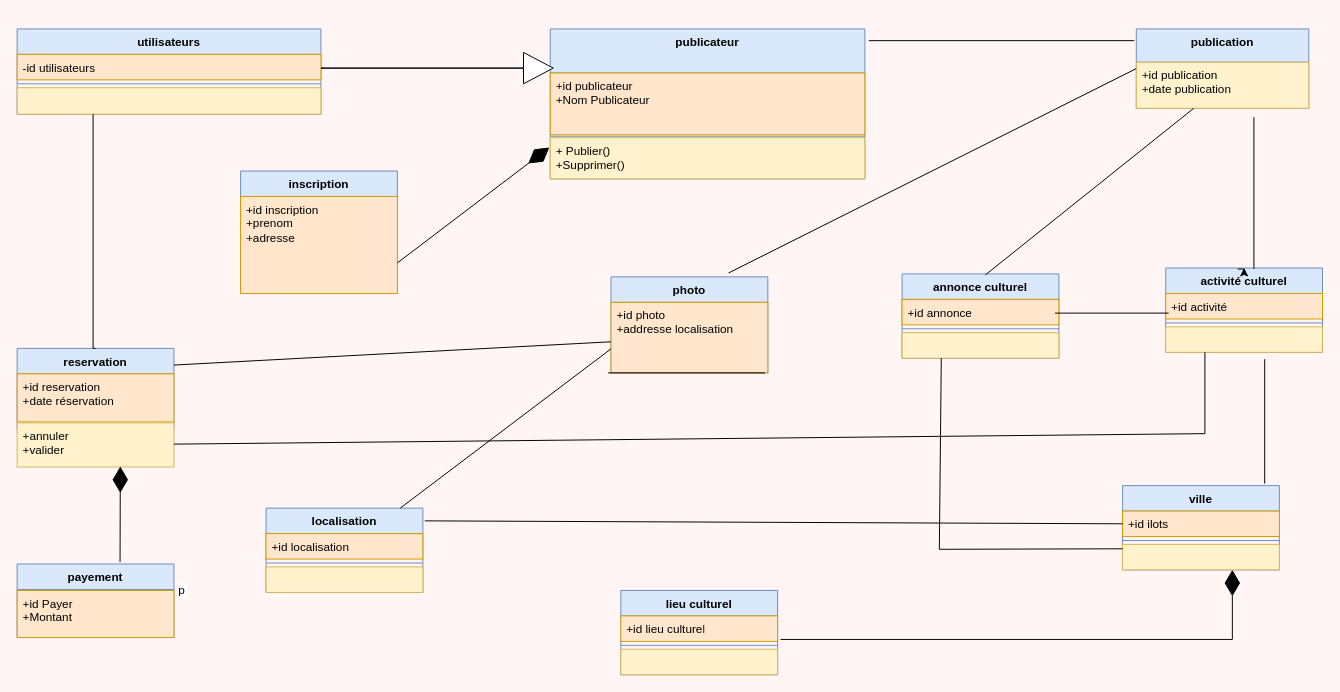
Earlier version of the draw.io diagram page "Page-1" (1 of 2) of Diagramme sans nom.drawio (mawuli01/reactJS). Source tidied: cells renumbered, new cells numbered last; positions are measured from the earlier drawing's top-left corner, leaving out a move shared by most shapes. Both pictures are drawn from the tidied source at 98%, with x=0, y=0 at pixel (17, 28).
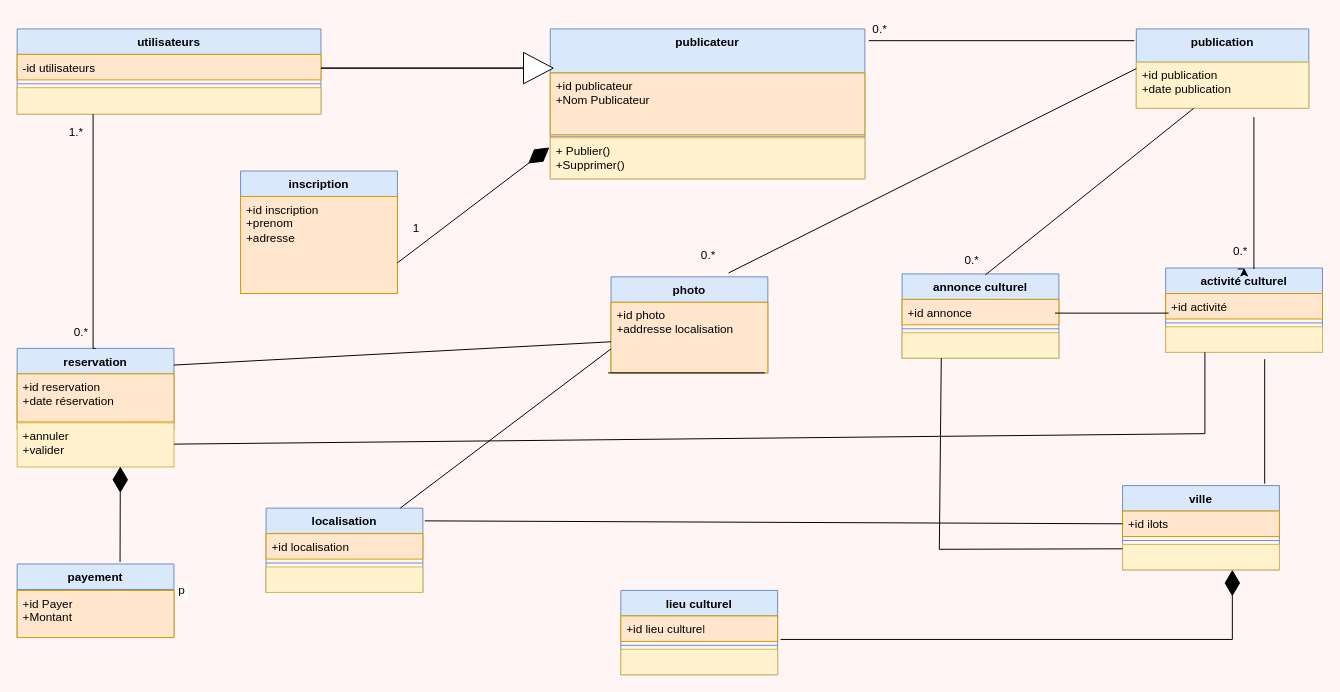
The same page after the edit.

Commit message:
Mettre à jour Diagramme sans nom.drawio

What changed in the source:
```diff
@@
+    <mxCell id="61" value="1.*" style="text;html=1;align=center;verticalAlign=middle;strokeColor=none;fillColor=none;" parent="1" vertex="1">
+      <mxGeometry x="43" y="93" width="33" height="26" as="geometry" />
+    </mxCell>
+    <mxCell id="62" value="0.*" style="text;html=1;align=center;verticalAlign=middle;strokeColor=none;fillColor=none;" parent="1" vertex="1">
+      <mxGeometry x="48" y="297" width="33" height="26" as="geometry" />
+    </mxCell>
+    <mxCell id="63" value="1" style="text;html=1;align=center;verticalAlign=middle;strokeColor=none;fillColor=none;" parent="1" vertex="1">
+      <mxGeometry x="394" y="191" width="25" height="26" as="geometry" />
+    </mxCell>
+    <mxCell id="64" value="0.*" style="text;html=1;align=center;verticalAlign=middle;strokeColor=none;fillColor=none;" parent="1" vertex="1">
+      <mxGeometry x="863" y="-12" width="33" height="26" as="geometry" />
+    </mxCell>
+    <mxCell id="65" value="0.*" style="text;html=1;align=center;verticalAlign=middle;strokeColor=none;fillColor=none;" parent="1" vertex="1">
+      <mxGeometry x="957" y="223" width="33" height="26" as="geometry" />
+    </mxCell>
+    <mxCell id="66" value="0.*" style="text;html=1;align=center;verticalAlign=middle;strokeColor=none;fillColor=none;" parent="1" vertex="1">
+      <mxGeometry x="1231" y="214" width="33" height="26" as="geometry" />
+    </mxCell>
+    <mxCell id="67" value="0.*" style="text;html=1;align=center;verticalAlign=middle;strokeColor=none;fillColor=none;" parent="1" vertex="1">
+      <mxGeometry x="688" y="218" width="33" height="26" as="geometry" />
+    </mxCell>
```
